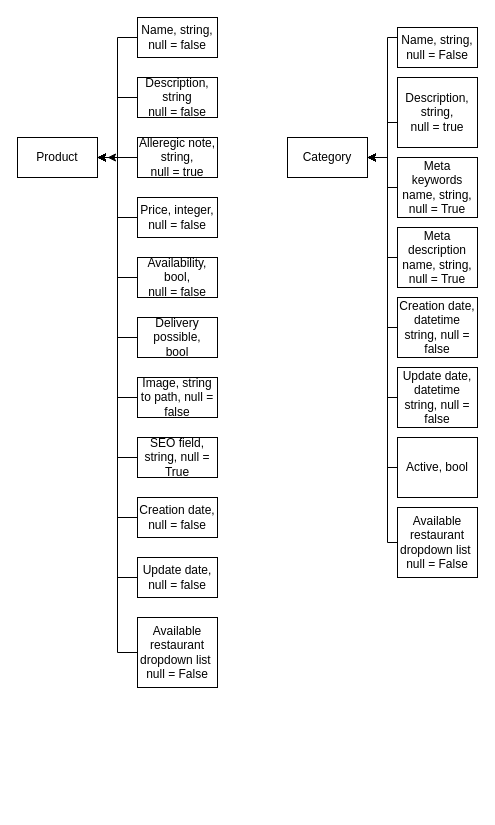
Before: Untitled Diagram.drawio in JianDk/HD_website, a draw.io diagram. Source tidied: cells renumbered, new cells numbered last; positions are measured from the earlier drawing's top-left corner, leaving out a move shared by most shapes. Both pictures are drawn from the tidied source at 100%, with x=0, y=0 at pixel (17, 17).
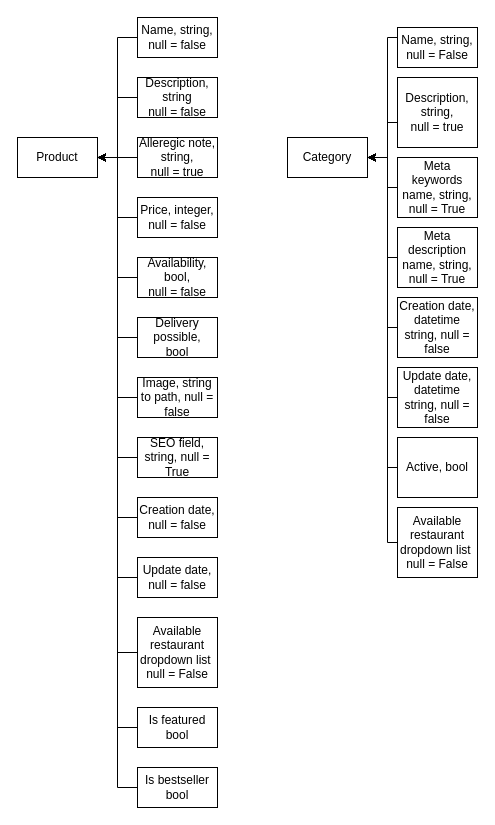
Above is the later version.

Unchanged cells that the change refers to:
```xml
<mxCell id="2" value="Product" style="rounded=0;whiteSpace=wrap;html=1;" parent="1" vertex="1">
  <mxGeometry y="120" width="80" height="40" as="geometry" />
</mxCell>
<mxCell id="39" value="Available restaurant dropdown list&amp;nbsp;&lt;br&gt;null = False" style="rounded=0;whiteSpace=wrap;html=1;" parent="1" vertex="1">
  <mxGeometry x="120" y="600" width="80" height="70" as="geometry" />
</mxCell>
```

Change to the diagram source:
```diff
@@
-    <mxCell id="38" style="edgeStyle=orthogonalEdgeStyle;rounded=0;jettySize=auto;html=1;" parent="1" edge="1" source="39">
-      <mxGeometry relative="1" as="geometry">
-        <mxPoint x="90" y="140" as="targetPoint" />
-        <Array as="points">
-          <mxPoint x="100" y="635" />
-          <mxPoint x="100" y="140" />
-        </Array>
-      </mxGeometry>
-    </mxCell>
+    <mxCell id="42" style="edgeStyle=orthogonalEdgeStyle;rounded=0;jettySize=auto;html=1;entryX=1;entryY=0.5;entryDx=0;entryDy=0;" parent="1" edge="1" source="39" target="2">
+      <mxGeometry relative="1" as="geometry" />
+    </mxCell>
@@
+    <mxCell id="43" style="edgeStyle=orthogonalEdgeStyle;rounded=0;jettySize=auto;html=1;" parent="1" edge="1" source="44">
+      <mxGeometry relative="1" as="geometry">
+        <mxPoint x="80" y="140" as="targetPoint" />
+        <Array as="points">
+          <mxPoint x="100" y="710" />
+          <mxPoint x="100" y="140" />
+        </Array>
+      </mxGeometry>
+    </mxCell>
+    <mxCell id="44" value="Is featured&lt;br&gt;bool" style="rounded=0;whiteSpace=wrap;html=1;" parent="1" vertex="1">
+      <mxGeometry x="120" y="690" width="80" height="40" as="geometry" />
+    </mxCell>
+    <mxCell id="45" style="edgeStyle=orthogonalEdgeStyle;rounded=0;jettySize=auto;html=1;" parent="1" edge="1" source="46">
+      <mxGeometry relative="1" as="geometry">
+        <mxPoint x="80" y="140" as="targetPoint" />
+        <Array as="points">
+          <mxPoint x="100" y="770" />
+          <mxPoint x="100" y="140" />
+        </Array>
+      </mxGeometry>
+    </mxCell>
+    <mxCell id="46" value="Is bestseller&lt;br&gt;bool" style="rounded=0;whiteSpace=wrap;html=1;" parent="1" vertex="1">
+      <mxGeometry x="120" y="750" width="80" height="40" as="geometry" />
+    </mxCell>
```
